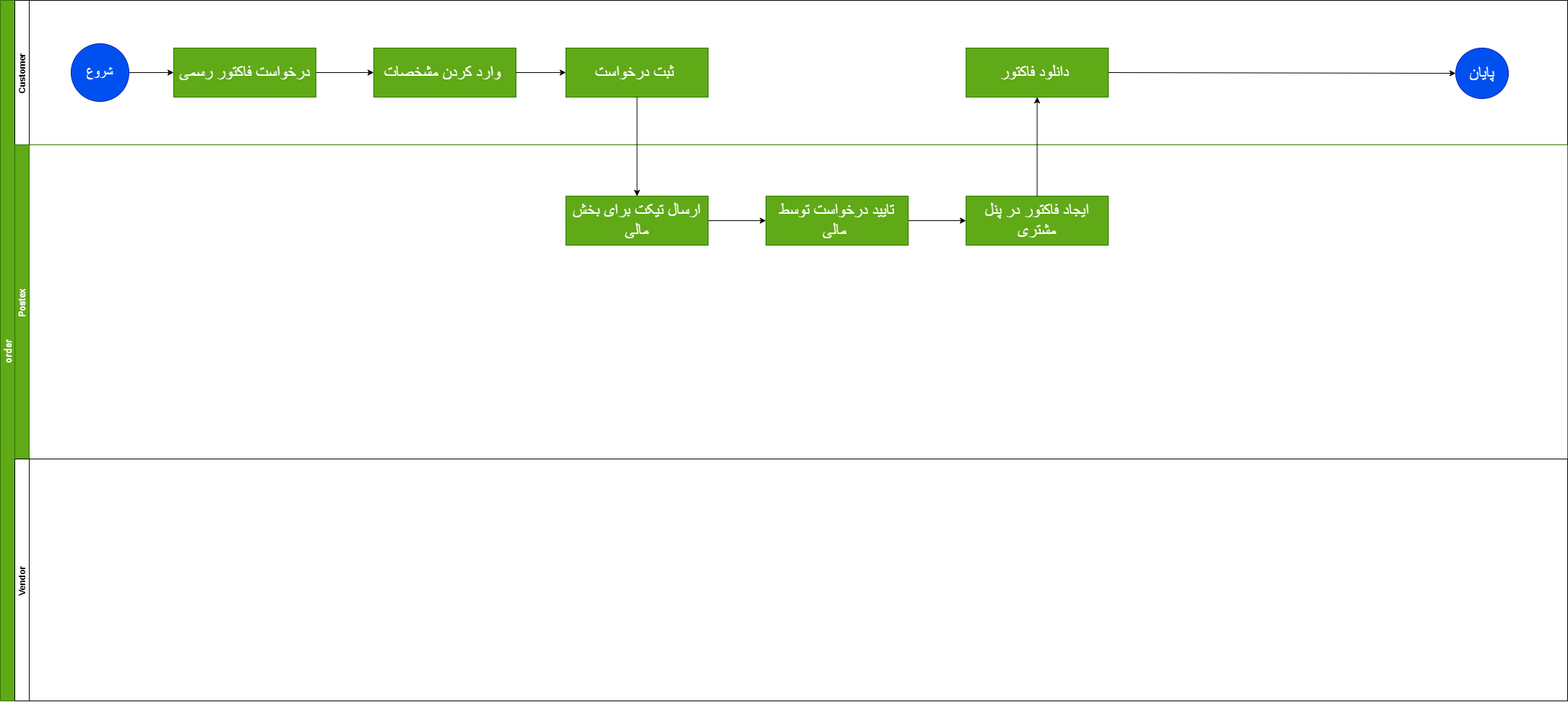
Earlier version of the draw.io export 08-Accounting-Service/imgs/Factor-rasmi-diagram.png (behrangaghili/Postex-Documents_Diagrams). Source tidied: cells renumbered, new cells last; positions are measured from the earlier drawing's top-left corner, leaving out a move shared by most shapes.
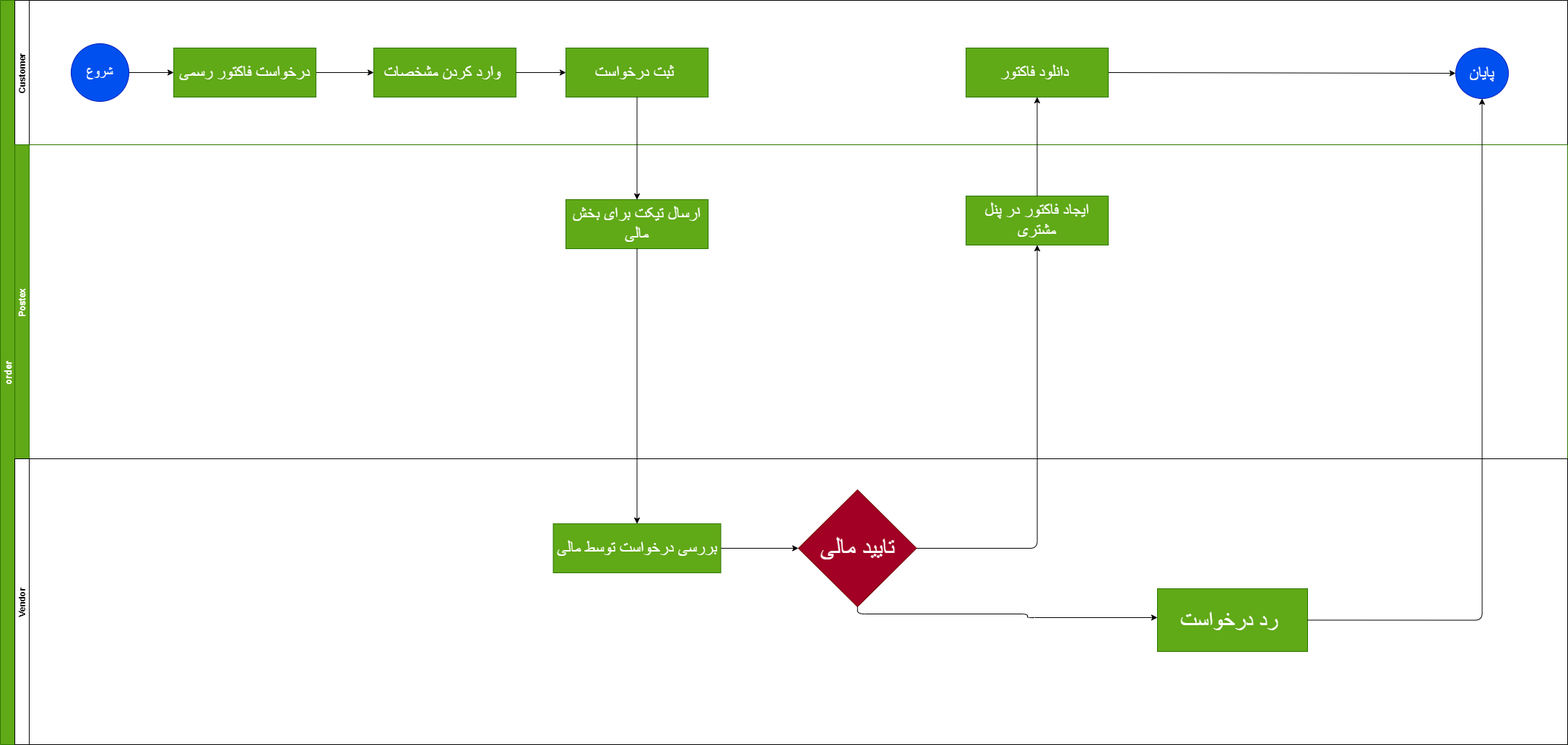
The same file after the commit.

Diff of the diagram source:
```diff
@@ -3,7 +3,7 @@
     <mxCell id="0" />
     <mxCell id="1" parent="0" />
     <mxCell id="2" value="order" style="swimlane;horizontal=0;startSize=20;fillColor=#60a917;strokeColor=#2D7600;fontColor=#ffffff;fontSize=13;" parent="1" vertex="1">
-      <mxGeometry width="2170" height="970" as="geometry" />
+      <mxGeometry width="2170" height="1031" as="geometry" />
     </mxCell>
     <mxCell id="3" value="Customer" style="swimlane;startSize=20;horizontal=0;" parent="2" vertex="1">
       <mxGeometry x="20" width="2150" height="200" as="geometry" />
@@ -41,29 +41,50 @@
     <mxCell id="14" value="Postex" style="swimlane;startSize=20;horizontal=0;fillColor=#60a917;strokeColor=#2D7600;fontColor=#ffffff;" parent="2" vertex="1">
       <mxGeometry x="20" y="200" width="2150" height="435" as="geometry" />
     </mxCell>
-    <mxCell id="15" style="edgeStyle=none;html=1;fontSize=23;" parent="14" edge="1" source="16" target="18">
-      <mxGeometry relative="1" as="geometry" />
-    </mxCell>
     <mxCell id="16" value="&lt;span style=&quot;font-size: 23px&quot;&gt;ارسال تیکت برای بخش مالی&lt;/span&gt;" style="whiteSpace=wrap;html=1;fontSize=13;fillColor=#60a917;strokeColor=#2D7600;fontColor=#ffffff;" parent="14" vertex="1">
-      <mxGeometry x="763" y="71" width="197" height="68" as="geometry" />
+      <mxGeometry x="763" y="76" width="197" height="68" as="geometry" />
     </mxCell>
-    <mxCell id="17" style="edgeStyle=none;html=1;fontSize=23;" parent="14" edge="1" source="18" target="19">
-      <mxGeometry relative="1" as="geometry" />
-    </mxCell>
-    <mxCell id="18" value="&lt;span style=&quot;font-size: 23px&quot;&gt;تایید درخواست توسط مالی&amp;nbsp;&lt;/span&gt;" style="whiteSpace=wrap;html=1;fontSize=13;fillColor=#60a917;strokeColor=#2D7600;fontColor=#ffffff;" parent="14" vertex="1">
-      <mxGeometry x="1040" y="71" width="197" height="68" as="geometry" />
-    </mxCell>
     <mxCell id="19" value="&lt;span style=&quot;font-size: 23px&quot;&gt;ایجاد فاکتور در پنل مشتری&lt;/span&gt;" style="whiteSpace=wrap;html=1;fontSize=13;fillColor=#60a917;strokeColor=#2D7600;fontColor=#ffffff;" parent="14" vertex="1">
       <mxGeometry x="1317" y="71" width="197" height="68" as="geometry" />
     </mxCell>
-    <mxCell id="20" value="Vendor" style="swimlane;startSize=20;horizontal=0;" parent="2" vertex="1">
-      <mxGeometry x="20" y="635" width="2150" height="335" as="geometry" />
-    </mxCell>
     <mxCell id="21" style="edgeStyle=none;html=1;fontSize=23;" parent="2" edge="1" source="9" target="16">
       <mxGeometry relative="1" as="geometry" />
     </mxCell>
     <mxCell id="22" style="edgeStyle=none;html=1;fontSize=23;" parent="2" edge="1" source="19" target="12">
       <mxGeometry relative="1" as="geometry" />
     </mxCell>
+    <mxCell id="15" style="edgeStyle=orthogonalEdgeStyle;html=1;fontSize=23;" parent="2" edge="1" source="16" target="18">
+      <mxGeometry relative="1" as="geometry" />
+    </mxCell>
+    <mxCell id="23" style="edgeStyle=orthogonalEdgeStyle;html=1;exitX=1;exitY=0.5;exitDx=0;exitDy=0;fontSize=34;" parent="2" edge="1" source="26" target="19">
+      <mxGeometry relative="1" as="geometry" />
+    </mxCell>
+    <mxCell id="20" value="Vendor" style="swimlane;startSize=20;horizontal=0;" parent="2" vertex="1">
+      <mxGeometry x="20" y="635" width="2150" height="396" as="geometry" />
+    </mxCell>
+    <mxCell id="24" style="edgeStyle=orthogonalEdgeStyle;html=1;" parent="20" edge="1" source="18" target="26">
+      <mxGeometry relative="1" as="geometry" />
+    </mxCell>
+    <mxCell id="18" value="&lt;span style=&quot;font-size: 23px&quot;&gt;بررسی درخواست توسط مالی&lt;/span&gt;" style="whiteSpace=wrap;html=1;fontSize=13;fillColor=#60a917;strokeColor=#2D7600;fontColor=#ffffff;" parent="20" vertex="1">
+      <mxGeometry x="745.5" y="90" width="232" height="68" as="geometry" />
+    </mxCell>
+    <mxCell id="25" style="edgeStyle=orthogonalEdgeStyle;html=1;fontSize=34;" parent="20" edge="1" source="26" target="27">
+      <mxGeometry relative="1" as="geometry">
+        <Array as="points">
+          <mxPoint x="1167" y="215" />
+          <mxPoint x="1402" y="215" />
+          <mxPoint x="1402" y="220" />
+        </Array>
+      </mxGeometry>
+    </mxCell>
+    <mxCell id="26" value="&lt;font style=&quot;font-size: 34px&quot;&gt;تایید مالی&lt;/font&gt;" style="rhombus;whiteSpace=wrap;html=1;fontSize=13;fillColor=#a20025;strokeColor=#6F0000;fontColor=#ffffff;" parent="20" vertex="1">
+      <mxGeometry x="1085" y="43" width="163.5" height="162" as="geometry" />
+    </mxCell>
+    <mxCell id="27" value="&lt;font style=&quot;font-size: 31px&quot;&gt;رد درخواست&amp;nbsp;&lt;/font&gt;" style="whiteSpace=wrap;html=1;fontSize=13;fillColor=#60a917;strokeColor=#2D7600;fontColor=#ffffff;" parent="20" vertex="1">
+      <mxGeometry x="1582" y="180" width="208" height="87" as="geometry" />
+    </mxCell>
+    <mxCell id="28" style="edgeStyle=orthogonalEdgeStyle;html=1;exitX=1;exitY=0.5;exitDx=0;exitDy=0;fontSize=31;" parent="2" edge="1" source="27" target="13">
+      <mxGeometry relative="1" as="geometry" />
+    </mxCell>
   </root>
 </mxGraphModel>
```
